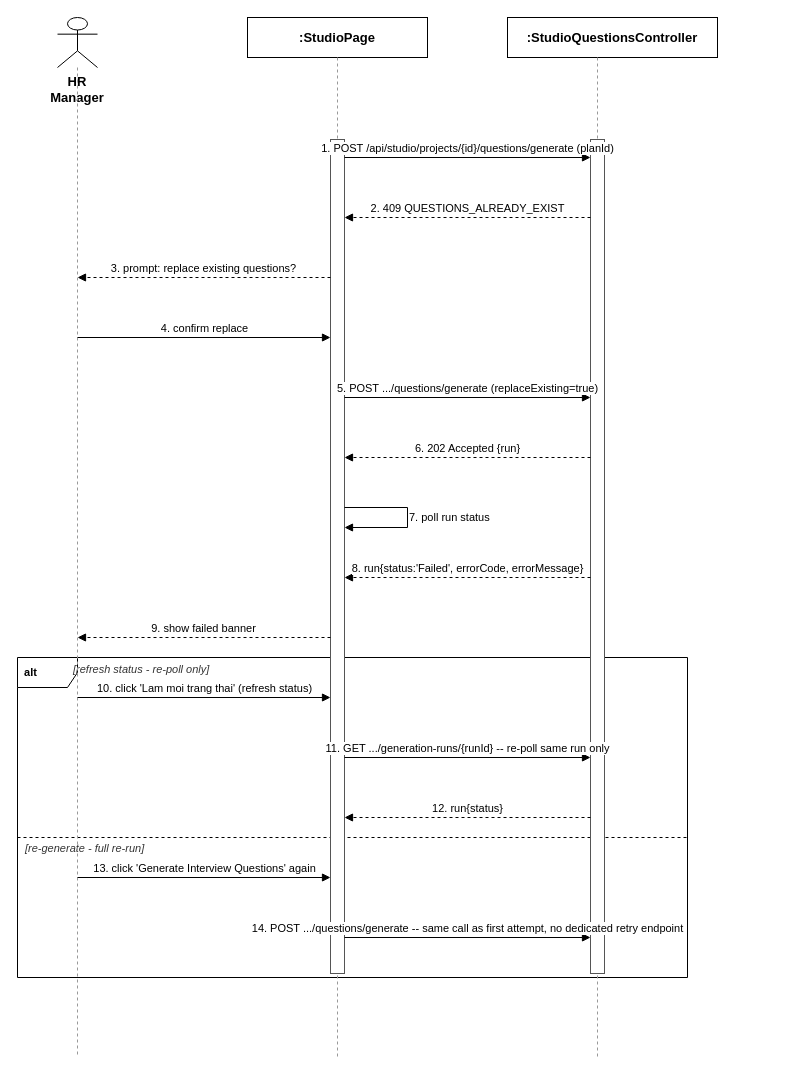
Earlier version of the draw.io diagram docs/qa/Nam_SequenceDiagram/15_AIQuestionGenerationManagement_RetryPlanOrQuestions.drawio (tulklk/AI_Interview_Question_Generation_RAG_LLM_FE). Source tidied: cells renumbered, new cells numbered last; positions are measured from the earlier drawing's top-left corner, leaving out a move shared by most shapes. Both pictures are drawn from the tidied source at 100%, with x=0, y=0 at pixel (17, 17).
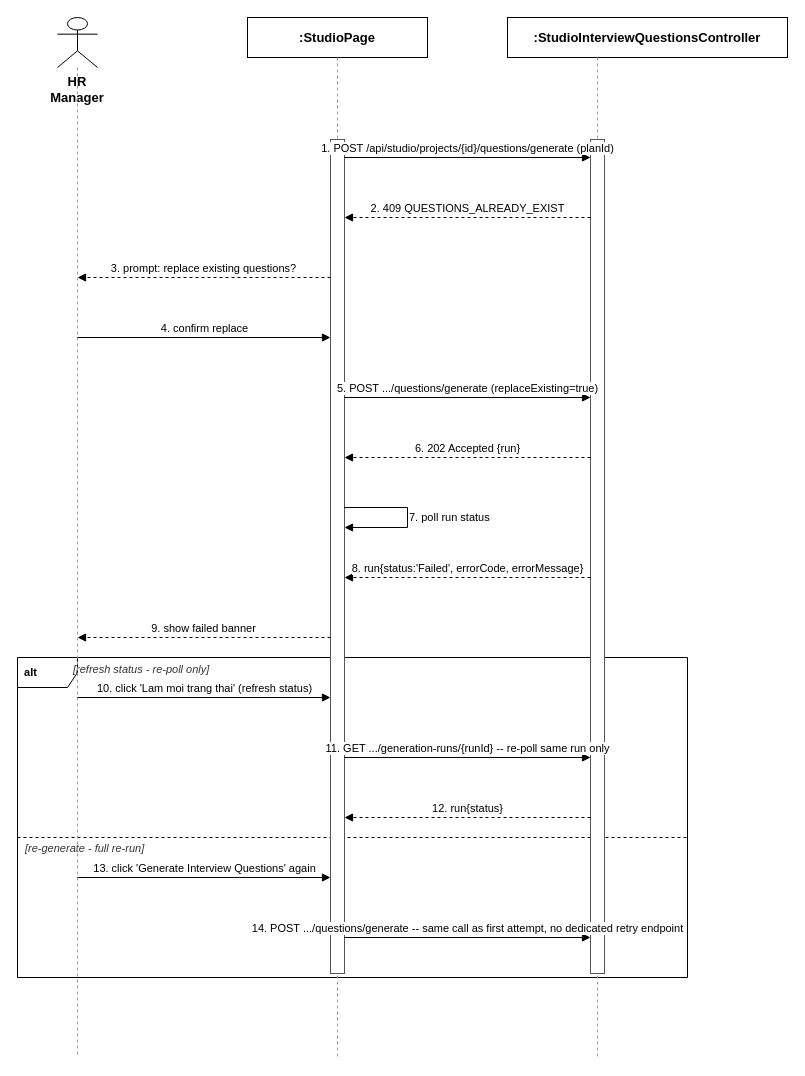
Above is the later version.

Commit message (it also covers changes not shown here):
docs(qa): correct AI Question Generation and Question Set diagrams against real BE

What changed in the source:
```diff
@@
-    <mxCell id="10" value=":StudioQuestionsController" style="rounded=0;whiteSpace=wrap;html=1;fontSize=13;fillColor=#ffffff;strokeColor=#000000;fontStyle=1;" parent="1" vertex="1">
-      <mxGeometry x="490" width="210" height="40" as="geometry" />
+    <mxCell id="10" value=":StudioInterviewQuestionsController" style="rounded=0;whiteSpace=wrap;html=1;fontSize=13;fillColor=#ffffff;strokeColor=#000000;fontStyle=1;" parent="1" vertex="1">
+      <mxGeometry x="490" width="280" height="40" as="geometry" />
     </mxCell>
```
